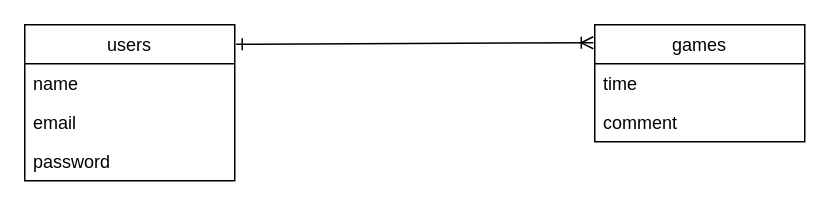
Earlier version of the draw.io diagram minesweeper.drawio (HirokiYagou/minesweeper). Source tidied: cells renumbered, new cells numbered last; positions are measured from the earlier drawing's top-left corner, leaving out a move shared by most shapes. Both pictures are drawn from the tidied source at 150%, with x=0, y=0 at pixel (24, 24).
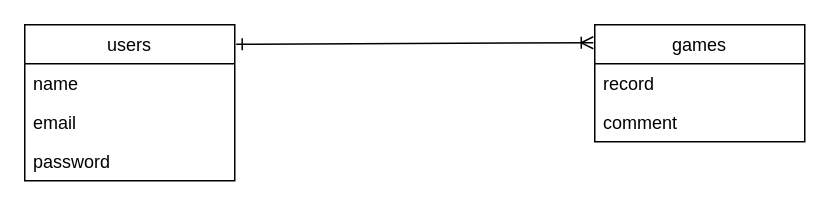
The same diagram, later.

The edit, as a diff of the source:
```diff
@@
 <mxGraphModel>
   <root>
     <mxCell id="0" />
     <mxCell id="1" parent="0" />
     <mxCell id="2" value="users" style="swimlane;fontStyle=0;horizontal=1;startSize=26;fillColor=none;" parent="1" vertex="1">
       <mxGeometry width="140" height="104" as="geometry" />
     </mxCell>
     <mxCell id="3" value="name" style="text;strokeColor=none;fillColor=none;align=left;verticalAlign=top;spacingLeft=4;spacingRight=4;overflow=hidden;" parent="2" vertex="1">
       <mxGeometry y="26" width="140" height="26" as="geometry" />
     </mxCell>
     <mxCell id="4" value="email" style="text;strokeColor=none;fillColor=none;align=left;verticalAlign=top;spacingLeft=4;spacingRight=4;overflow=hidden;" parent="2" vertex="1">
       <mxGeometry y="52" width="140" height="26" as="geometry" />
     </mxCell>
     <mxCell id="5" value="password" style="text;strokeColor=none;fillColor=none;align=left;verticalAlign=top;spacingLeft=4;spacingRight=4;overflow=hidden;" parent="2" vertex="1">
       <mxGeometry y="78" width="140" height="26" as="geometry" />
     </mxCell>
     <mxCell id="6" value="games" style="swimlane;fontStyle=0;horizontal=1;startSize=26;fillColor=none;" parent="1" vertex="1">
       <mxGeometry x="380" width="140" height="78" as="geometry" />
     </mxCell>
-    <mxCell id="7" value="time" style="text;strokeColor=none;fillColor=none;align=left;verticalAlign=top;spacingLeft=4;spacingRight=4;overflow=hidden;" parent="6" vertex="1">
+    <mxCell id="7" value="record" style="text;strokeColor=none;fillColor=none;align=left;verticalAlign=top;spacingLeft=4;spacingRight=4;overflow=hidden;" parent="6" vertex="1">
       <mxGeometry y="26" width="140" height="26" as="geometry" />
     </mxCell>
     <mxCell id="8" value="comment" style="text;strokeColor=none;fillColor=none;align=left;verticalAlign=top;spacingLeft=4;spacingRight=4;overflow=hidden;" parent="6" vertex="1">
       <mxGeometry y="52" width="140" height="26" as="geometry" />
     </mxCell>
     <mxCell id="9" style="endArrow=ERoneToMany;html=1;entryX=-0.007;entryY=0.154;entryDx=0;entryDy=0;entryPerimeter=0;exitX=1.007;exitY=0.125;exitDx=0;exitDy=0;exitPerimeter=0;startArrow=ERone;startFill=0;endFill=0;" parent="1" edge="1" source="2" target="6">
       <mxGeometry relative="1" as="geometry" />
     </mxCell>
   </root>
 </mxGraphModel>
```
